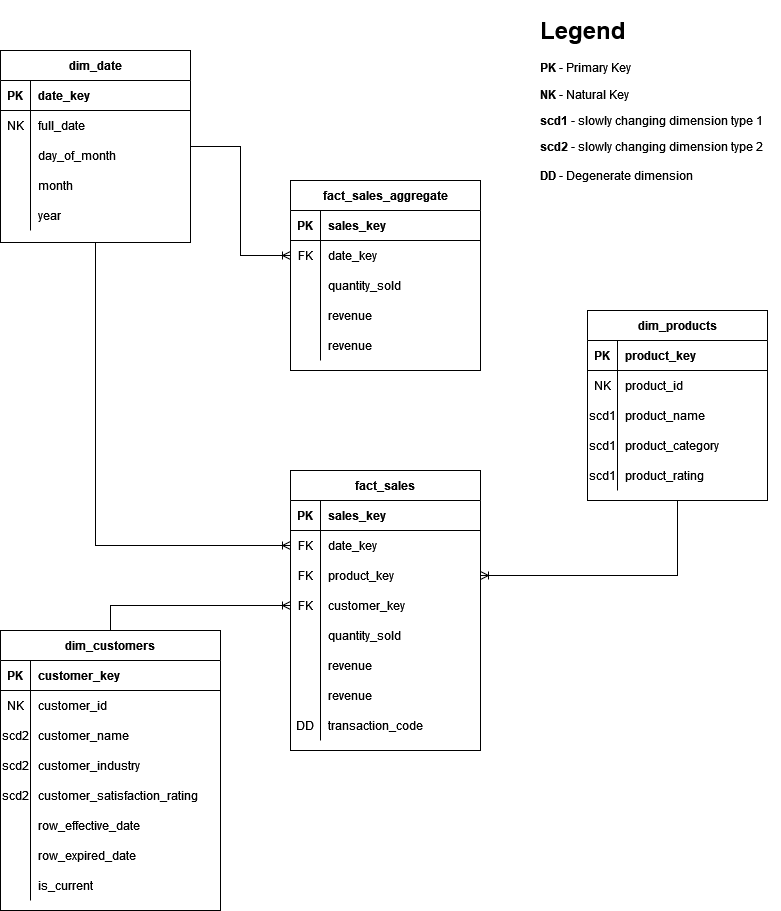
This is images/data_model.png from mradobuljac/showcase-data-pipeline, a draw.io export, as it was before one commit. Source tidied: cells renumbered, new cells last; positions are measured from the earlier drawing's top-left corner, leaving out a move shared by most shapes.
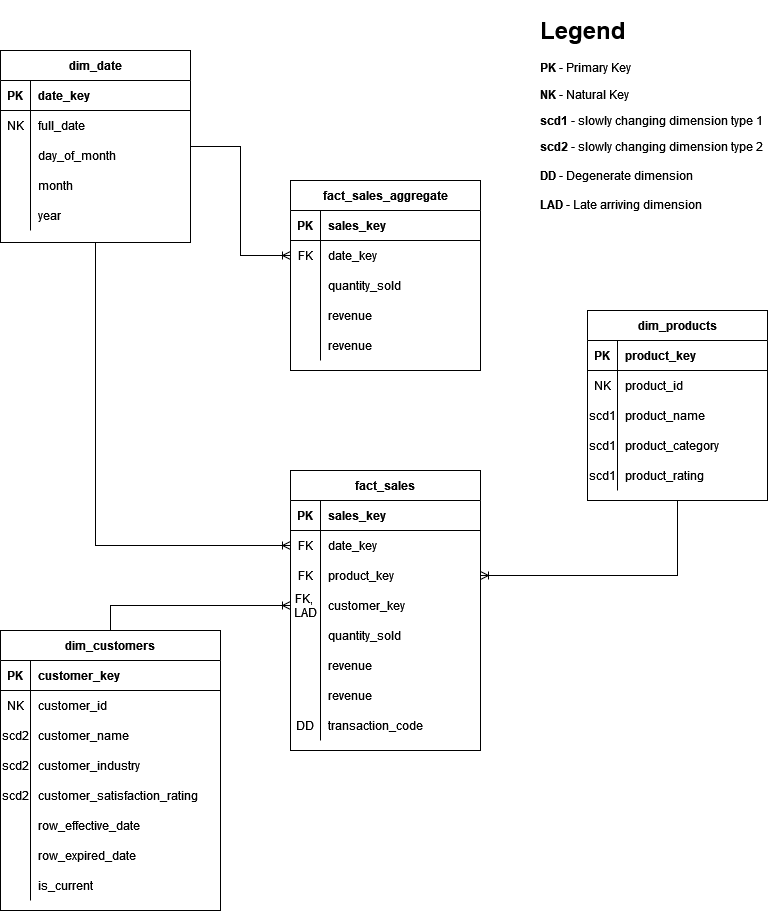
After the commit.

The edit, as a diff of the source:
```diff
@@ -35,7 +35,7 @@
     <mxCell id="12" style="shape=partialRectangle;fillColor=none;points=[[0,0.5],[1,0.5]];portConstraint=eastwest;top=0;left=0;right=0;bottom=0;" parent="2" vertex="1">
       <mxGeometry y="120" width="190" height="30" as="geometry" />
     </mxCell>
-    <mxCell id="13" value="FK" style="shape=partialRectangle;overflow=hidden;fillColor=none;top=0;left=0;bottom=0;right=0;" parent="12" vertex="1">
+    <mxCell id="13" value="FK, &#10;LAD" style="shape=partialRectangle;overflow=hidden;fillColor=none;top=0;left=0;bottom=0;right=0;" parent="12" vertex="1">
       <mxGeometry width="30" height="30" as="geometry" />
     </mxCell>
     <mxCell id="14" value="customer_key" style="shape=partialRectangle;overflow=hidden;fillColor=none;top=0;left=0;bottom=0;right=0;align=left;spacingLeft=6;" parent="12" vertex="1">
@@ -260,8 +260,8 @@
     <mxCell id="87" value="product_rating" style="shape=partialRectangle;fillColor=none;top=0;left=0;bottom=0;right=0;align=left;spacingLeft=6;overflow=hidden;whiteSpace=wrap;html=1;" parent="85" vertex="1">
       <mxGeometry x="30" width="150" height="30" as="geometry" />
     </mxCell>
-    <mxCell id="88" value="&lt;h1&gt;Legend&lt;/h1&gt;&lt;p&gt;&lt;b&gt;PK &lt;/b&gt;- Primary Key&lt;/p&gt;&lt;p&gt;&lt;b&gt;NK &lt;/b&gt;- Natural Key&lt;/p&gt;&lt;p&gt;&lt;b&gt;scd1 &lt;/b&gt;- slowly changing dimension type 1&lt;br&gt;&lt;/p&gt;&lt;div&gt;&lt;b&gt;scd2 &lt;/b&gt;- slowly changing dimension type 2&lt;/div&gt;&lt;div&gt;&lt;br&gt;&lt;/div&gt;&lt;div&gt;&lt;b&gt;DD &lt;/b&gt;- Degenerate dimension&lt;br&gt;&lt;/div&gt;" style="text;html=1;strokeColor=none;fillColor=none;spacing=5;spacingTop=-20;whiteSpace=wrap;overflow=hidden;rounded=0;" parent="1" vertex="1">
-      <mxGeometry x="535" width="245" height="180" as="geometry" />
+    <mxCell id="88" value="&lt;h1&gt;Legend&lt;/h1&gt;&lt;p&gt;&lt;b&gt;PK &lt;/b&gt;- Primary Key&lt;/p&gt;&lt;p&gt;&lt;b&gt;NK &lt;/b&gt;- Natural Key&lt;/p&gt;&lt;p&gt;&lt;b&gt;scd1 &lt;/b&gt;- slowly changing dimension type 1&lt;br&gt;&lt;/p&gt;&lt;div&gt;&lt;b&gt;scd2 &lt;/b&gt;- slowly changing dimension type 2&lt;/div&gt;&lt;div&gt;&lt;br&gt;&lt;/div&gt;&lt;div&gt;&lt;b&gt;DD &lt;/b&gt;- Degenerate dimension&lt;/div&gt;&lt;div&gt;&lt;br&gt;&lt;/div&gt;&lt;div&gt;&lt;b&gt;LAD&lt;/b&gt; - Late arriving dimension&lt;br&gt;&lt;/div&gt;&lt;div&gt;&lt;br&gt;&lt;/div&gt;" style="text;html=1;strokeColor=none;fillColor=none;spacing=5;spacingTop=-20;whiteSpace=wrap;overflow=hidden;rounded=0;" parent="1" vertex="1">
+      <mxGeometry x="535" width="245" height="220" as="geometry" />
     </mxCell>
     <mxCell id="89" value="fact_sales_aggregate" style="shape=table;startSize=30;rowLines=0;fontStyle=1;align=center;" parent="1" vertex="1">
       <mxGeometry x="290" y="170" width="190" height="190" as="geometry" />
```
